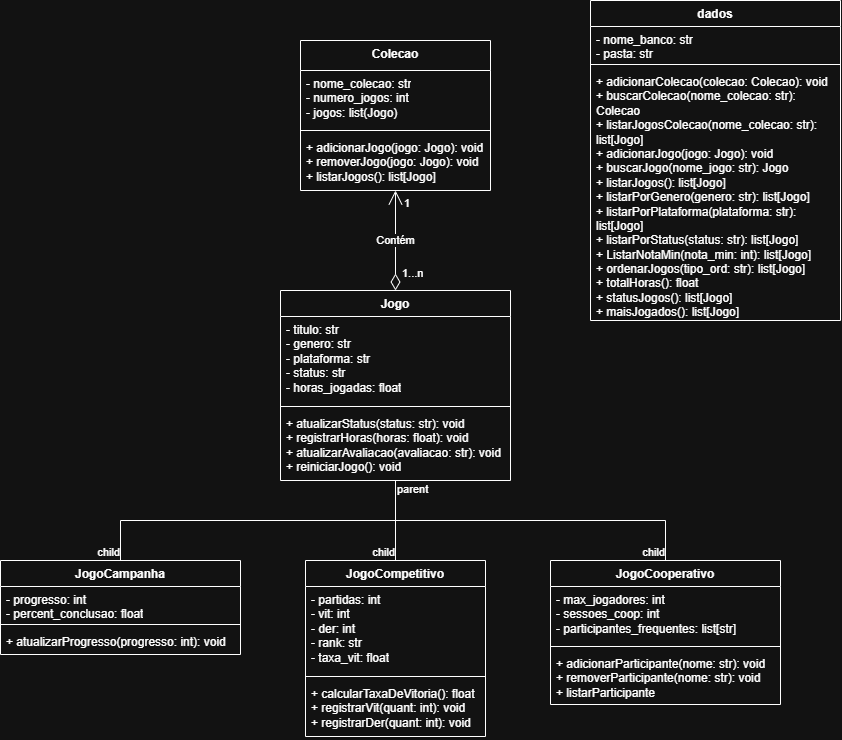
Before: docs/UML.drawio.png, a diagram exported from draw.io (robson-arthur/Catalogo-de-Jogos). Source tidied: cells renumbered, new cells last; positions are measured from the earlier drawing's top-left corner, leaving out a move shared by most shapes. Its diagram source:
```xml
<mxGraphModel>
  <root>
    <mxCell id="0" />
    <mxCell id="1" parent="0" />
    <mxCell id="2" value="Jogo" style="swimlane;fontStyle=1;align=center;verticalAlign=top;horizontal=1;startSize=26;whiteSpace=wrap;html=1;" parent="1" vertex="1">
      <mxGeometry x="280" y="290" width="230" height="190" as="geometry" />
    </mxCell>
    <mxCell id="3" value="- titulo: str&lt;div&gt;- genero: str&lt;/div&gt;&lt;div&gt;- plataforma: str&lt;/div&gt;&lt;div&gt;- status: str&lt;/div&gt;&lt;div&gt;- horas_jogadas: float&lt;/div&gt;" style="text;strokeColor=none;fillColor=none;align=left;verticalAlign=top;spacingLeft=4;spacingRight=4;overflow=hidden;whiteSpace=wrap;html=1;" parent="2" vertex="1">
      <mxGeometry y="26" width="230" height="86" as="geometry" />
    </mxCell>
    <mxCell id="4" style="line;strokeWidth=1;fillColor=none;align=left;verticalAlign=middle;spacingTop=-1;spacingLeft=3;spacingRight=3;labelPosition=right;strokeColor=inherit;" parent="2" vertex="1">
      <mxGeometry y="112" width="230" height="8" as="geometry" />
    </mxCell>
    <mxCell id="5" value="+ atualizarStatus(status: str): void&lt;div&gt;+ registrarHoras(horas: float): void&lt;/div&gt;&lt;div&gt;+ atualizarAvaliacao(avaliacao: str): void&lt;/div&gt;&lt;div&gt;+ reiniciarJogo(): void&lt;/div&gt;" style="text;strokeColor=none;fillColor=none;align=left;verticalAlign=top;spacingLeft=4;spacingRight=4;overflow=hidden;whiteSpace=wrap;html=1;" parent="2" vertex="1">
      <mxGeometry y="120" width="230" height="70" as="geometry" />
    </mxCell>
    <mxCell id="6" value="JogoCompetitivo" style="swimlane;fontStyle=1;align=center;verticalAlign=top;horizontal=1;startSize=26;whiteSpace=wrap;html=1;" parent="1" vertex="1">
      <mxGeometry x="305" y="560" width="180" height="176" as="geometry" />
    </mxCell>
    <mxCell id="7" value="- partidas: int&lt;div&gt;- vit: int&lt;/div&gt;&lt;div&gt;- der: int&lt;/div&gt;&lt;div&gt;- rank: str&lt;/div&gt;&lt;div&gt;- taxa_vit: float&lt;/div&gt;" style="text;strokeColor=none;fillColor=none;align=left;verticalAlign=top;spacingLeft=4;spacingRight=4;overflow=hidden;whiteSpace=wrap;html=1;" parent="6" vertex="1">
      <mxGeometry y="26" width="180" height="86" as="geometry" />
    </mxCell>
    <mxCell id="8" style="line;strokeWidth=1;fillColor=none;align=left;verticalAlign=middle;spacingTop=-1;spacingLeft=3;spacingRight=3;labelPosition=right;strokeColor=inherit;" parent="6" vertex="1">
      <mxGeometry y="112" width="180" height="8" as="geometry" />
    </mxCell>
    <mxCell id="9" value="+ calcularTaxaDeVitoria(): float&lt;div&gt;+ registrarVit(quant: int): void&lt;/div&gt;&lt;div&gt;+ registrarDer(quant: int): void&lt;/div&gt;" style="text;strokeColor=none;fillColor=none;align=left;verticalAlign=top;spacingLeft=4;spacingRight=4;overflow=hidden;whiteSpace=wrap;html=1;" parent="6" vertex="1">
      <mxGeometry y="120" width="180" height="56" as="geometry" />
    </mxCell>
    <mxCell id="10" value="JogoCooperativo" style="swimlane;fontStyle=1;align=center;verticalAlign=top;horizontal=1;startSize=26;whiteSpace=wrap;html=1;" parent="1" vertex="1">
      <mxGeometry x="550" y="560" width="230" height="144" as="geometry" />
    </mxCell>
    <mxCell id="11" value="- max_jogadores: int&lt;div&gt;- sessoes_coop: int&lt;/div&gt;&lt;div&gt;- participantes_frequentes: list[str]&lt;/div&gt;" style="text;strokeColor=none;fillColor=none;align=left;verticalAlign=top;spacingLeft=4;spacingRight=4;overflow=hidden;whiteSpace=wrap;html=1;" parent="10" vertex="1">
      <mxGeometry y="26" width="230" height="56" as="geometry" />
    </mxCell>
    <mxCell id="12" style="line;strokeWidth=1;fillColor=none;align=left;verticalAlign=middle;spacingTop=-1;spacingLeft=3;spacingRight=3;labelPosition=right;strokeColor=inherit;" parent="10" vertex="1">
      <mxGeometry y="82" width="230" height="8" as="geometry" />
    </mxCell>
    <mxCell id="13" value="+ adicionarParticipante(nome: str): void&lt;div&gt;+ removerParticipante(nome: str): void&lt;/div&gt;&lt;div&gt;+ listarParticipante&lt;/div&gt;" style="text;strokeColor=none;fillColor=none;align=left;verticalAlign=top;spacingLeft=4;spacingRight=4;overflow=hidden;whiteSpace=wrap;html=1;" parent="10" vertex="1">
      <mxGeometry y="90" width="230" height="54" as="geometry" />
    </mxCell>
    <mxCell id="14" value="JogoCampanha" style="swimlane;fontStyle=1;align=center;verticalAlign=top;horizontal=1;startSize=26;whiteSpace=wrap;html=1;" parent="1" vertex="1">
      <mxGeometry y="560" width="240" height="94" as="geometry" />
    </mxCell>
    <mxCell id="15" value="- progresso: int&lt;div&gt;- percent_conclusao: float&lt;/div&gt;" style="text;strokeColor=none;fillColor=none;align=left;verticalAlign=top;spacingLeft=4;spacingRight=4;overflow=hidden;whiteSpace=wrap;html=1;" parent="14" vertex="1">
      <mxGeometry y="26" width="240" height="34" as="geometry" />
    </mxCell>
    <mxCell id="16" style="line;strokeWidth=1;fillColor=none;align=left;verticalAlign=middle;spacingTop=-1;spacingLeft=3;spacingRight=3;labelPosition=right;strokeColor=inherit;" parent="14" vertex="1">
      <mxGeometry y="60" width="240" height="8" as="geometry" />
    </mxCell>
    <mxCell id="17" value="+ atualizarProgresso(progresso: int): void" style="text;strokeColor=none;fillColor=none;align=left;verticalAlign=top;spacingLeft=4;spacingRight=4;overflow=hidden;whiteSpace=wrap;html=1;" parent="14" vertex="1">
      <mxGeometry y="68" width="240" height="26" as="geometry" />
    </mxCell>
    <mxCell id="18" value="Colecao" style="swimlane;fontStyle=1;align=center;verticalAlign=top;horizontal=1;startSize=30;whiteSpace=wrap;html=1;" parent="1" vertex="1">
      <mxGeometry x="300" y="40" width="190" height="150" as="geometry" />
    </mxCell>
    <mxCell id="19" value="- nome_colecao: str&lt;div&gt;- numero_jogos: int&lt;/div&gt;&lt;div&gt;- jogos: list(Jogo)&lt;/div&gt;" style="text;strokeColor=none;fillColor=none;align=left;verticalAlign=top;spacingLeft=4;spacingRight=4;overflow=hidden;whiteSpace=wrap;html=1;" parent="18" vertex="1">
      <mxGeometry y="30" width="190" height="56" as="geometry" />
    </mxCell>
    <mxCell id="20" style="line;strokeWidth=1;fillColor=none;align=left;verticalAlign=middle;spacingTop=-1;spacingLeft=3;spacingRight=3;labelPosition=right;strokeColor=inherit;" parent="18" vertex="1">
      <mxGeometry y="86" width="190" height="8" as="geometry" />
    </mxCell>
    <mxCell id="21" value="+ adicionarJogo(jogo: Jogo): void&lt;div&gt;+ removerJogo(jogo: Jogo): void&lt;/div&gt;&lt;div&gt;+ listarJogos(): list[Jogo]&lt;/div&gt;" style="text;strokeColor=none;fillColor=none;align=left;verticalAlign=top;spacingLeft=4;spacingRight=4;overflow=hidden;whiteSpace=wrap;html=1;" parent="18" vertex="1">
      <mxGeometry y="94" width="190" height="56" as="geometry" />
    </mxCell>
    <mxCell id="22" value="dados" style="swimlane;fontStyle=1;align=center;verticalAlign=top;horizontal=1;startSize=26;whiteSpace=wrap;html=1;" parent="1" vertex="1">
      <mxGeometry x="590" width="250" height="320" as="geometry" />
    </mxCell>
    <mxCell id="23" value="- nome_banco: str&lt;div&gt;- pasta: str&lt;/div&gt;" style="text;strokeColor=none;fillColor=none;align=left;verticalAlign=top;spacingLeft=4;spacingRight=4;overflow=hidden;whiteSpace=wrap;html=1;" parent="22" vertex="1">
      <mxGeometry y="26" width="250" height="34" as="geometry" />
    </mxCell>
    <mxCell id="24" style="line;strokeWidth=1;fillColor=none;align=left;verticalAlign=middle;spacingTop=-1;spacingLeft=3;spacingRight=3;labelPosition=right;strokeColor=inherit;" parent="22" vertex="1">
      <mxGeometry y="60" width="250" height="8" as="geometry" />
    </mxCell>
    <mxCell id="25" value="+ adicionarColecao(colecao: Colecao): void&lt;div&gt;+ buscarColecao(nome_colecao: str): Colecao&lt;/div&gt;&lt;div&gt;+ listarJogosColecao(nome_colecao: str): list[Jogo]&lt;/div&gt;&lt;div&gt;+ adicionarJogo(jogo: Jogo): void&lt;/div&gt;&lt;div&gt;+ buscarJogo(nome_jogo: str): Jogo&lt;/div&gt;&lt;div&gt;+ listarJogos(): list[Jogo]&lt;/div&gt;&lt;div&gt;+ listarPorGenero(genero: str): list[Jogo]&lt;/div&gt;&lt;div&gt;+ listarPorPlataforma(plataforma: str): list[Jogo]&lt;/div&gt;&lt;div&gt;+ listarPorStatus(status: str): list[Jogo]&lt;/div&gt;&lt;div&gt;+ ListarNotaMin(nota_min: int): list[Jogo]&lt;/div&gt;&lt;div&gt;+ ordenarJogos(tipo_ord: str): list[Jogo]&lt;/div&gt;&lt;div&gt;+ totalHoras(): float&lt;/div&gt;&lt;div&gt;+ statusJogos(): list[Jogo]&lt;/div&gt;&lt;div&gt;+ maisJogados(): list[Jogo]&lt;/div&gt;" style="text;strokeColor=none;fillColor=none;align=left;verticalAlign=top;spacingLeft=4;spacingRight=4;overflow=hidden;whiteSpace=wrap;html=1;" parent="22" vertex="1">
      <mxGeometry y="68" width="250" height="252" as="geometry" />
    </mxCell>
    <mxCell id="26" value="Contém" style="endArrow=open;html=1;endSize=12;startArrow=diamondThin;startSize=14;startFill=0;edgeStyle=orthogonalEdgeStyle;rounded=0;entryX=0.5;entryY=1;entryDx=0;entryDy=0;exitX=0.5;exitY=0;exitDx=0;exitDy=0;" parent="1" edge="1" source="2" target="18">
      <mxGeometry relative="1" as="geometry" />
    </mxCell>
    <mxCell id="27" value="1...n" style="edgeLabel;html=1;align=left;verticalAlign=top;" parent="26" vertex="1">
      <mxGeometry x="-1" relative="1" as="geometry">
        <mxPoint x="5" y="-30" as="offset" />
      </mxGeometry>
    </mxCell>
    <mxCell id="28" value="1" style="edgeLabel;html=1;align=right;verticalAlign=top;" parent="26" vertex="1">
      <mxGeometry x="1" relative="1" as="geometry">
        <mxPoint x="15" as="offset" />
      </mxGeometry>
    </mxCell>
    <mxCell id="29" style="endArrow=none;html=1;edgeStyle=orthogonalEdgeStyle;rounded=0;entryX=0.5;entryY=0;entryDx=0;entryDy=0;exitX=0.5;exitY=1;exitDx=0;exitDy=0;" parent="1" edge="1" source="2" target="6">
      <mxGeometry relative="1" as="geometry" />
    </mxCell>
    <mxCell id="30" value="parent" style="edgeLabel;html=1;align=left;verticalAlign=bottom;" parent="29" vertex="1">
      <mxGeometry x="-1" relative="1" as="geometry">
        <mxPoint y="17" as="offset" />
      </mxGeometry>
    </mxCell>
    <mxCell id="31" value="child" style="edgeLabel;html=1;align=right;verticalAlign=bottom;" parent="29" vertex="1">
      <mxGeometry x="1" relative="1" as="geometry" />
    </mxCell>
    <mxCell id="32" style="endArrow=none;html=1;edgeStyle=orthogonalEdgeStyle;rounded=0;exitX=0.5;exitY=1;exitDx=0;exitDy=0;entryX=0.5;entryY=0;entryDx=0;entryDy=0;" parent="1" edge="1" source="2" target="10">
      <mxGeometry relative="1" as="geometry" />
    </mxCell>
    <mxCell id="33" value="child" style="edgeLabel;html=1;align=right;verticalAlign=bottom;" parent="32" vertex="1">
      <mxGeometry x="1" relative="1" as="geometry" />
    </mxCell>
    <mxCell id="34" style="endArrow=none;html=1;edgeStyle=orthogonalEdgeStyle;rounded=0;exitX=0.5;exitY=1;exitDx=0;exitDy=0;entryX=0.5;entryY=0;entryDx=0;entryDy=0;" parent="1" edge="1" source="2" target="14">
      <mxGeometry relative="1" as="geometry" />
    </mxCell>
    <mxCell id="35" value="child" style="edgeLabel;html=1;align=right;verticalAlign=bottom;" parent="34" vertex="1">
      <mxGeometry x="1" relative="1" as="geometry" />
    </mxCell>
  </root>
</mxGraphModel>
```
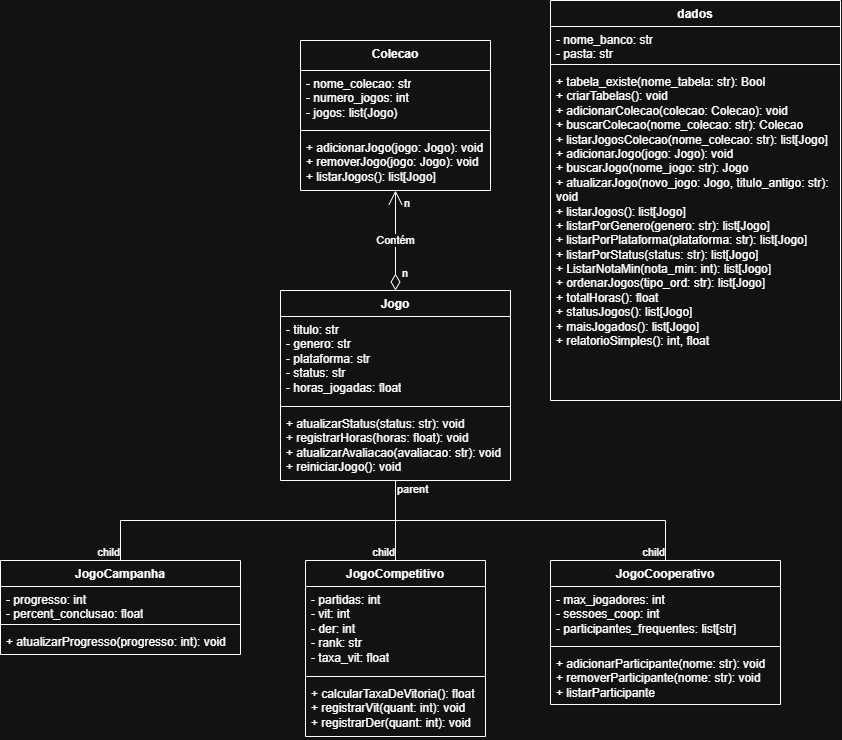
Later version of the same file.

Commit message:
doc: alterando UML

The edit, as a diff of the source:
```diff
@@ -63,26 +63,26 @@
       <mxGeometry y="94" width="190" height="56" as="geometry" />
     </mxCell>
     <mxCell id="22" value="dados" style="swimlane;fontStyle=1;align=center;verticalAlign=top;horizontal=1;startSize=26;whiteSpace=wrap;html=1;" parent="1" vertex="1">
-      <mxGeometry x="590" width="250" height="320" as="geometry" />
+      <mxGeometry x="550" width="290" height="400" as="geometry" />
     </mxCell>
     <mxCell id="23" value="- nome_banco: str&lt;div&gt;- pasta: str&lt;/div&gt;" style="text;strokeColor=none;fillColor=none;align=left;verticalAlign=top;spacingLeft=4;spacingRight=4;overflow=hidden;whiteSpace=wrap;html=1;" parent="22" vertex="1">
-      <mxGeometry y="26" width="250" height="34" as="geometry" />
+      <mxGeometry y="26" width="290" height="34" as="geometry" />
     </mxCell>
     <mxCell id="24" style="line;strokeWidth=1;fillColor=none;align=left;verticalAlign=middle;spacingTop=-1;spacingLeft=3;spacingRight=3;labelPosition=right;strokeColor=inherit;" parent="22" vertex="1">
-      <mxGeometry y="60" width="250" height="8" as="geometry" />
+      <mxGeometry y="60" width="290" height="8" as="geometry" />
     </mxCell>
-    <mxCell id="25" value="+ adicionarColecao(colecao: Colecao): void&lt;div&gt;+ buscarColecao(nome_colecao: str): Colecao&lt;/div&gt;&lt;div&gt;+ listarJogosColecao(nome_colecao: str): list[Jogo]&lt;/div&gt;&lt;div&gt;+ adicionarJogo(jogo: Jogo): void&lt;/div&gt;&lt;div&gt;+ buscarJogo(nome_jogo: str): Jogo&lt;/div&gt;&lt;div&gt;+ listarJogos(): list[Jogo]&lt;/div&gt;&lt;div&gt;+ listarPorGenero(genero: str): list[Jogo]&lt;/div&gt;&lt;div&gt;+ listarPorPlataforma(plataforma: str): list[Jogo]&lt;/div&gt;&lt;div&gt;+ listarPorStatus(status: str): list[Jogo]&lt;/div&gt;&lt;div&gt;+ ListarNotaMin(nota_min: int): list[Jogo]&lt;/div&gt;&lt;div&gt;+ ordenarJogos(tipo_ord: str): list[Jogo]&lt;/div&gt;&lt;div&gt;+ totalHoras(): float&lt;/div&gt;&lt;div&gt;+ statusJogos(): list[Jogo]&lt;/div&gt;&lt;div&gt;+ maisJogados(): list[Jogo]&lt;/div&gt;" style="text;strokeColor=none;fillColor=none;align=left;verticalAlign=top;spacingLeft=4;spacingRight=4;overflow=hidden;whiteSpace=wrap;html=1;" parent="22" vertex="1">
-      <mxGeometry y="68" width="250" height="252" as="geometry" />
+    <mxCell id="25" value="&lt;div&gt;+ tabela_existe(nome_tabela: str): Bool&lt;/div&gt;&lt;div&gt;+ criarTabelas(): void&lt;/div&gt;+ adicionarColecao(colecao: Colecao): void&lt;div&gt;+ buscarColecao(nome_colecao: str): Colecao&lt;/div&gt;&lt;div&gt;+ listarJogosColecao(nome_colecao: str): list[Jogo]&lt;/div&gt;&lt;div&gt;+ adicionarJogo(jogo: Jogo): void&lt;/div&gt;&lt;div&gt;+ buscarJogo(nome_jogo: str): Jogo&lt;/div&gt;&lt;div&gt;+ atualizarJogo(novo_jogo: Jogo, titulo_antigo: str): void&lt;/div&gt;&lt;div&gt;+ listarJogos(): list[Jogo]&lt;/div&gt;&lt;div&gt;+ listarPorGenero(genero: str): list[Jogo]&lt;/div&gt;&lt;div&gt;+ listarPorPlataforma(plataforma: str): list[Jogo]&lt;/div&gt;&lt;div&gt;+ listarPorStatus(status: str): list[Jogo]&lt;/div&gt;&lt;div&gt;+ ListarNotaMin(nota_min: int): list[Jogo]&lt;/div&gt;&lt;div&gt;+ ordenarJogos(tipo_ord: str): list[Jogo]&lt;/div&gt;&lt;div&gt;+ totalHoras(): float&lt;/div&gt;&lt;div&gt;+ statusJogos(): list[Jogo]&lt;/div&gt;&lt;div&gt;+ maisJogados(): list[Jogo]&lt;/div&gt;&lt;div&gt;+ relatorioSimples(): int, float&lt;/div&gt;" style="text;strokeColor=none;fillColor=none;align=left;verticalAlign=top;spacingLeft=4;spacingRight=4;overflow=hidden;whiteSpace=wrap;html=1;" parent="22" vertex="1">
+      <mxGeometry y="68" width="290" height="332" as="geometry" />
     </mxCell>
     <mxCell id="26" value="Contém" style="endArrow=open;html=1;endSize=12;startArrow=diamondThin;startSize=14;startFill=0;edgeStyle=orthogonalEdgeStyle;rounded=0;entryX=0.5;entryY=1;entryDx=0;entryDy=0;exitX=0.5;exitY=0;exitDx=0;exitDy=0;" parent="1" edge="1" source="2" target="18">
       <mxGeometry relative="1" as="geometry" />
     </mxCell>
-    <mxCell id="27" value="1...n" style="edgeLabel;html=1;align=left;verticalAlign=top;" parent="26" vertex="1">
+    <mxCell id="27" value="n" style="edgeLabel;html=1;align=left;verticalAlign=top;" parent="26" vertex="1">
       <mxGeometry x="-1" relative="1" as="geometry">
         <mxPoint x="5" y="-30" as="offset" />
       </mxGeometry>
     </mxCell>
-    <mxCell id="28" value="1" style="edgeLabel;html=1;align=right;verticalAlign=top;" parent="26" vertex="1">
+    <mxCell id="28" value="n" style="edgeLabel;html=1;align=right;verticalAlign=top;" parent="26" vertex="1">
       <mxGeometry x="1" relative="1" as="geometry">
         <mxPoint x="15" as="offset" />
       </mxGeometry>
```
